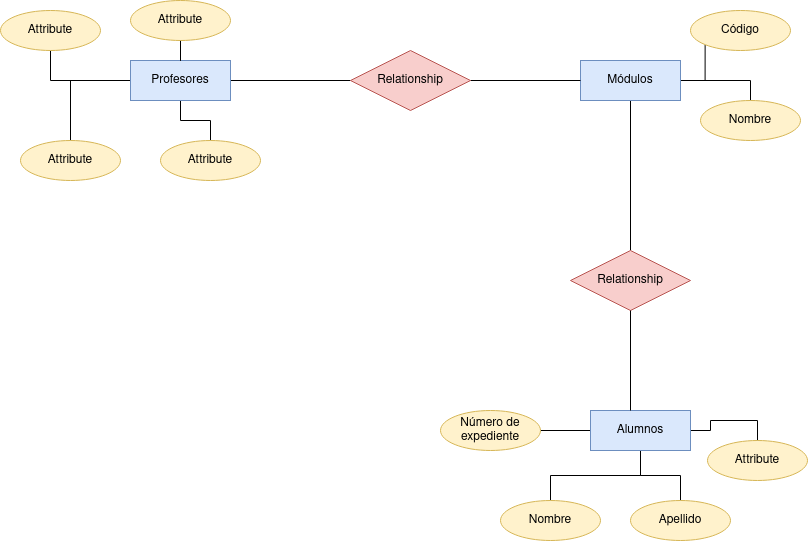
Above: Unidad-1/Tareas/Tarea-2-3/Tarea 5.drawio.png in GgbGabrielGarcia/Base-Datos (draw.io), before the change. Source tidied: cells renumbered, new cells last; positions are measured from the earlier drawing's top-left corner, leaving out a move shared by most shapes. Source of this version:
```xml
<mxGraphModel>
  <root>
    <mxCell id="0" />
    <mxCell id="1" parent="0" />
    <mxCell id="2" style="edgeStyle=orthogonalEdgeStyle;rounded=0;jettySize=auto;html=1;entryX=0;entryY=0.5;entryDx=0;entryDy=0;endArrow=none;endFill=0;" parent="1" edge="1" source="6" target="17">
      <mxGeometry relative="1" as="geometry" />
    </mxCell>
    <mxCell id="3" style="edgeStyle=orthogonalEdgeStyle;rounded=0;jettySize=auto;html=1;entryX=0.5;entryY=0;entryDx=0;entryDy=0;endArrow=none;endFill=0;" parent="1" edge="1" source="6" target="19">
      <mxGeometry relative="1" as="geometry" />
    </mxCell>
    <mxCell id="4" style="edgeStyle=orthogonalEdgeStyle;rounded=0;jettySize=auto;html=1;entryX=0.5;entryY=0;entryDx=0;entryDy=0;endArrow=none;endFill=0;" parent="1" edge="1" source="6" target="20">
      <mxGeometry relative="1" as="geometry" />
    </mxCell>
    <mxCell id="5" style="edgeStyle=orthogonalEdgeStyle;rounded=0;jettySize=auto;html=1;endArrow=none;endFill=0;" parent="1" edge="1" source="6" target="23">
      <mxGeometry relative="1" as="geometry" />
    </mxCell>
    <mxCell id="6" value="Profesores" style="whiteSpace=wrap;html=1;align=center;fillColor=#dae8fc;strokeColor=#6c8ebf;" parent="1" vertex="1">
      <mxGeometry x="130" y="60" width="100" height="40" as="geometry" />
    </mxCell>
    <mxCell id="7" style="edgeStyle=orthogonalEdgeStyle;rounded=0;jettySize=auto;html=1;entryX=0;entryY=1;entryDx=0;entryDy=0;endArrow=none;endFill=0;" parent="1" edge="1" source="10" target="24">
      <mxGeometry relative="1" as="geometry" />
    </mxCell>
    <mxCell id="8" style="edgeStyle=orthogonalEdgeStyle;rounded=0;jettySize=auto;html=1;entryX=0.5;entryY=0;entryDx=0;entryDy=0;endArrow=none;endFill=0;" parent="1" edge="1" source="10" target="25">
      <mxGeometry relative="1" as="geometry" />
    </mxCell>
    <mxCell id="9" style="edgeStyle=orthogonalEdgeStyle;rounded=0;jettySize=auto;html=1;endArrow=none;endFill=0;" parent="1" edge="1" source="10" target="18">
      <mxGeometry relative="1" as="geometry" />
    </mxCell>
    <mxCell id="10" value="Módulos" style="whiteSpace=wrap;html=1;align=center;fillColor=#dae8fc;strokeColor=#6c8ebf;" parent="1" vertex="1">
      <mxGeometry x="580" y="60" width="100" height="40" as="geometry" />
    </mxCell>
    <mxCell id="11" style="edgeStyle=orthogonalEdgeStyle;rounded=0;jettySize=auto;html=1;entryX=1;entryY=0.5;entryDx=0;entryDy=0;endArrow=none;endFill=0;" parent="1" edge="1" source="15" target="29">
      <mxGeometry relative="1" as="geometry" />
    </mxCell>
    <mxCell id="12" style="edgeStyle=orthogonalEdgeStyle;rounded=0;jettySize=auto;html=1;entryX=0.5;entryY=0;entryDx=0;entryDy=0;endArrow=none;endFill=0;" parent="1" edge="1" source="15" target="28">
      <mxGeometry relative="1" as="geometry" />
    </mxCell>
    <mxCell id="13" style="edgeStyle=orthogonalEdgeStyle;rounded=0;jettySize=auto;html=1;endArrow=none;endFill=0;" parent="1" edge="1" source="15" target="27">
      <mxGeometry relative="1" as="geometry" />
    </mxCell>
    <mxCell id="14" style="edgeStyle=orthogonalEdgeStyle;rounded=0;jettySize=auto;html=1;entryX=0.5;entryY=0;entryDx=0;entryDy=0;endArrow=none;endFill=0;" parent="1" edge="1" source="15" target="26">
      <mxGeometry relative="1" as="geometry" />
    </mxCell>
    <mxCell id="15" value="Alumnos" style="whiteSpace=wrap;html=1;align=center;fillColor=#dae8fc;strokeColor=#6c8ebf;" parent="1" vertex="1">
      <mxGeometry x="590" y="410" width="100" height="40" as="geometry" />
    </mxCell>
    <mxCell id="16" style="edgeStyle=orthogonalEdgeStyle;rounded=0;jettySize=auto;html=1;entryX=0;entryY=0.5;entryDx=0;entryDy=0;endArrow=none;endFill=0;" parent="1" edge="1" source="17" target="10">
      <mxGeometry relative="1" as="geometry" />
    </mxCell>
    <mxCell id="17" value="Relationship" style="shape=rhombus;perimeter=rhombusPerimeter;whiteSpace=wrap;html=1;align=center;fillColor=#f8cecc;strokeColor=#b85450;" parent="1" vertex="1">
      <mxGeometry x="350" y="50" width="120" height="60" as="geometry" />
    </mxCell>
    <mxCell id="18" value="Relationship" style="shape=rhombus;perimeter=rhombusPerimeter;whiteSpace=wrap;html=1;align=center;fillColor=#f8cecc;strokeColor=#b85450;" parent="1" vertex="1">
      <mxGeometry x="570" y="250" width="120" height="60" as="geometry" />
    </mxCell>
    <mxCell id="19" value="Attribute" style="ellipse;whiteSpace=wrap;html=1;align=center;fillColor=#fff2cc;strokeColor=#d6b656;" parent="1" vertex="1">
      <mxGeometry x="160" y="140" width="100" height="40" as="geometry" />
    </mxCell>
    <mxCell id="20" value="Attribute" style="ellipse;whiteSpace=wrap;html=1;align=center;fillColor=#fff2cc;strokeColor=#d6b656;" parent="1" vertex="1">
      <mxGeometry x="20" y="140" width="100" height="40" as="geometry" />
    </mxCell>
    <mxCell id="21" style="edgeStyle=orthogonalEdgeStyle;rounded=0;jettySize=auto;html=1;exitX=0.5;exitY=1;exitDx=0;exitDy=0;endArrow=none;endFill=0;" parent="1" edge="1" source="22" target="6">
      <mxGeometry relative="1" as="geometry" />
    </mxCell>
    <mxCell id="22" value="Attribute" style="ellipse;whiteSpace=wrap;html=1;align=center;fillColor=#fff2cc;strokeColor=#d6b656;" parent="1" vertex="1">
      <mxGeometry x="130" width="100" height="40" as="geometry" />
    </mxCell>
    <mxCell id="23" value="Attribute" style="ellipse;whiteSpace=wrap;html=1;align=center;fillColor=#fff2cc;strokeColor=#d6b656;" parent="1" vertex="1">
      <mxGeometry y="10" width="100" height="40" as="geometry" />
    </mxCell>
    <mxCell id="24" value="Código" style="ellipse;whiteSpace=wrap;html=1;align=center;fillColor=#fff2cc;strokeColor=#d6b656;" parent="1" vertex="1">
      <mxGeometry x="690" y="10" width="100" height="40" as="geometry" />
    </mxCell>
    <mxCell id="25" value="Nombre" style="ellipse;whiteSpace=wrap;html=1;align=center;fillColor=#fff2cc;strokeColor=#d6b656;" parent="1" vertex="1">
      <mxGeometry x="700" y="100" width="100" height="40" as="geometry" />
    </mxCell>
    <mxCell id="26" value="Attribute" style="ellipse;whiteSpace=wrap;html=1;align=center;fillColor=#fff2cc;strokeColor=#d6b656;" parent="1" vertex="1">
      <mxGeometry x="707" y="440" width="100" height="40" as="geometry" />
    </mxCell>
    <mxCell id="27" value="Apellido" style="ellipse;whiteSpace=wrap;html=1;align=center;fillColor=#fff2cc;strokeColor=#d6b656;" parent="1" vertex="1">
      <mxGeometry x="630" y="500" width="100" height="40" as="geometry" />
    </mxCell>
    <mxCell id="28" value="Nombre" style="ellipse;whiteSpace=wrap;html=1;align=center;fillColor=#fff2cc;strokeColor=#d6b656;" parent="1" vertex="1">
      <mxGeometry x="500" y="500" width="100" height="40" as="geometry" />
    </mxCell>
    <mxCell id="29" value="Número de expediente" style="ellipse;whiteSpace=wrap;html=1;align=center;fillColor=#fff2cc;strokeColor=#d6b656;" parent="1" vertex="1">
      <mxGeometry x="440" y="410" width="100" height="40" as="geometry" />
    </mxCell>
    <mxCell id="30" style="edgeStyle=orthogonalEdgeStyle;rounded=0;jettySize=auto;html=1;entryX=0.4;entryY=0;entryDx=0;entryDy=0;entryPerimeter=0;endArrow=none;endFill=0;" parent="1" edge="1" source="18" target="15">
      <mxGeometry relative="1" as="geometry" />
    </mxCell>
  </root>
</mxGraphModel>
```
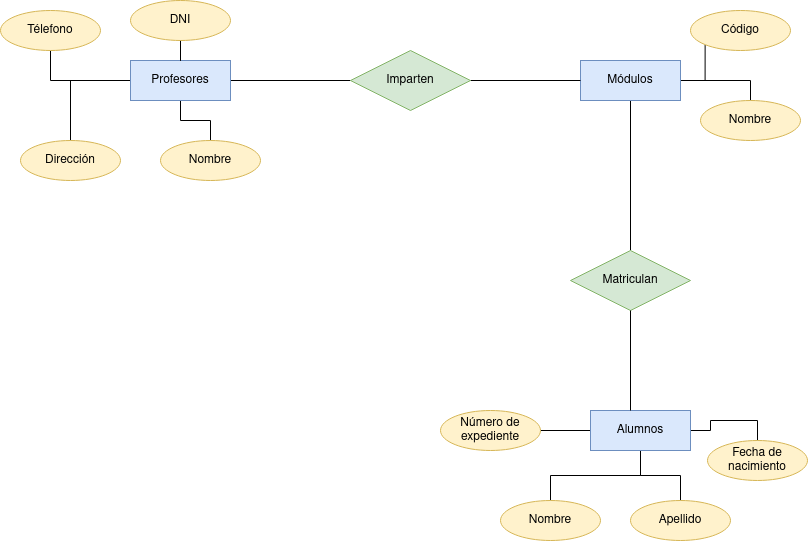
The same diagram one commit later.

What changed in the source:
```diff
@@ -47,25 +47,25 @@
     <mxCell id="16" style="edgeStyle=orthogonalEdgeStyle;rounded=0;jettySize=auto;html=1;entryX=0;entryY=0.5;entryDx=0;entryDy=0;endArrow=none;endFill=0;" parent="1" edge="1" source="17" target="10">
       <mxGeometry relative="1" as="geometry" />
     </mxCell>
-    <mxCell id="17" value="Relationship" style="shape=rhombus;perimeter=rhombusPerimeter;whiteSpace=wrap;html=1;align=center;fillColor=#f8cecc;strokeColor=#b85450;" parent="1" vertex="1">
+    <mxCell id="17" value="Imparten" style="shape=rhombus;perimeter=rhombusPerimeter;whiteSpace=wrap;html=1;align=center;fillColor=#d5e8d4;strokeColor=#82b366;" parent="1" vertex="1">
       <mxGeometry x="350" y="50" width="120" height="60" as="geometry" />
     </mxCell>
-    <mxCell id="18" value="Relationship" style="shape=rhombus;perimeter=rhombusPerimeter;whiteSpace=wrap;html=1;align=center;fillColor=#f8cecc;strokeColor=#b85450;" parent="1" vertex="1">
+    <mxCell id="18" value="Matriculan" style="shape=rhombus;perimeter=rhombusPerimeter;whiteSpace=wrap;html=1;align=center;fillColor=#d5e8d4;strokeColor=#82b366;" parent="1" vertex="1">
       <mxGeometry x="570" y="250" width="120" height="60" as="geometry" />
     </mxCell>
-    <mxCell id="19" value="Attribute" style="ellipse;whiteSpace=wrap;html=1;align=center;fillColor=#fff2cc;strokeColor=#d6b656;" parent="1" vertex="1">
+    <mxCell id="19" value="Nombre" style="ellipse;whiteSpace=wrap;html=1;align=center;fillColor=#fff2cc;strokeColor=#d6b656;" parent="1" vertex="1">
       <mxGeometry x="160" y="140" width="100" height="40" as="geometry" />
     </mxCell>
-    <mxCell id="20" value="Attribute" style="ellipse;whiteSpace=wrap;html=1;align=center;fillColor=#fff2cc;strokeColor=#d6b656;" parent="1" vertex="1">
+    <mxCell id="20" value="Dirección" style="ellipse;whiteSpace=wrap;html=1;align=center;fillColor=#fff2cc;strokeColor=#d6b656;" parent="1" vertex="1">
       <mxGeometry x="20" y="140" width="100" height="40" as="geometry" />
     </mxCell>
     <mxCell id="21" style="edgeStyle=orthogonalEdgeStyle;rounded=0;jettySize=auto;html=1;exitX=0.5;exitY=1;exitDx=0;exitDy=0;endArrow=none;endFill=0;" parent="1" edge="1" source="22" target="6">
       <mxGeometry relative="1" as="geometry" />
     </mxCell>
-    <mxCell id="22" value="Attribute" style="ellipse;whiteSpace=wrap;html=1;align=center;fillColor=#fff2cc;strokeColor=#d6b656;" parent="1" vertex="1">
+    <mxCell id="22" value="DNI" style="ellipse;whiteSpace=wrap;html=1;align=center;fillColor=#fff2cc;strokeColor=#d6b656;" parent="1" vertex="1">
       <mxGeometry x="130" width="100" height="40" as="geometry" />
     </mxCell>
-    <mxCell id="23" value="Attribute" style="ellipse;whiteSpace=wrap;html=1;align=center;fillColor=#fff2cc;strokeColor=#d6b656;" parent="1" vertex="1">
+    <mxCell id="23" value="Télefono" style="ellipse;whiteSpace=wrap;html=1;align=center;fillColor=#fff2cc;strokeColor=#d6b656;" parent="1" vertex="1">
       <mxGeometry y="10" width="100" height="40" as="geometry" />
     </mxCell>
     <mxCell id="24" value="Código" style="ellipse;whiteSpace=wrap;html=1;align=center;fillColor=#fff2cc;strokeColor=#d6b656;" parent="1" vertex="1">
@@ -74,7 +74,7 @@
     <mxCell id="25" value="Nombre" style="ellipse;whiteSpace=wrap;html=1;align=center;fillColor=#fff2cc;strokeColor=#d6b656;" parent="1" vertex="1">
       <mxGeometry x="700" y="100" width="100" height="40" as="geometry" />
     </mxCell>
-    <mxCell id="26" value="Attribute" style="ellipse;whiteSpace=wrap;html=1;align=center;fillColor=#fff2cc;strokeColor=#d6b656;" parent="1" vertex="1">
+    <mxCell id="26" value="Fecha de nacimiento" style="ellipse;whiteSpace=wrap;html=1;align=center;fillColor=#fff2cc;strokeColor=#d6b656;" parent="1" vertex="1">
       <mxGeometry x="707" y="440" width="100" height="40" as="geometry" />
     </mxCell>
     <mxCell id="27" value="Apellido" style="ellipse;whiteSpace=wrap;html=1;align=center;fillColor=#fff2cc;strokeColor=#d6b656;" parent="1" vertex="1">
```
